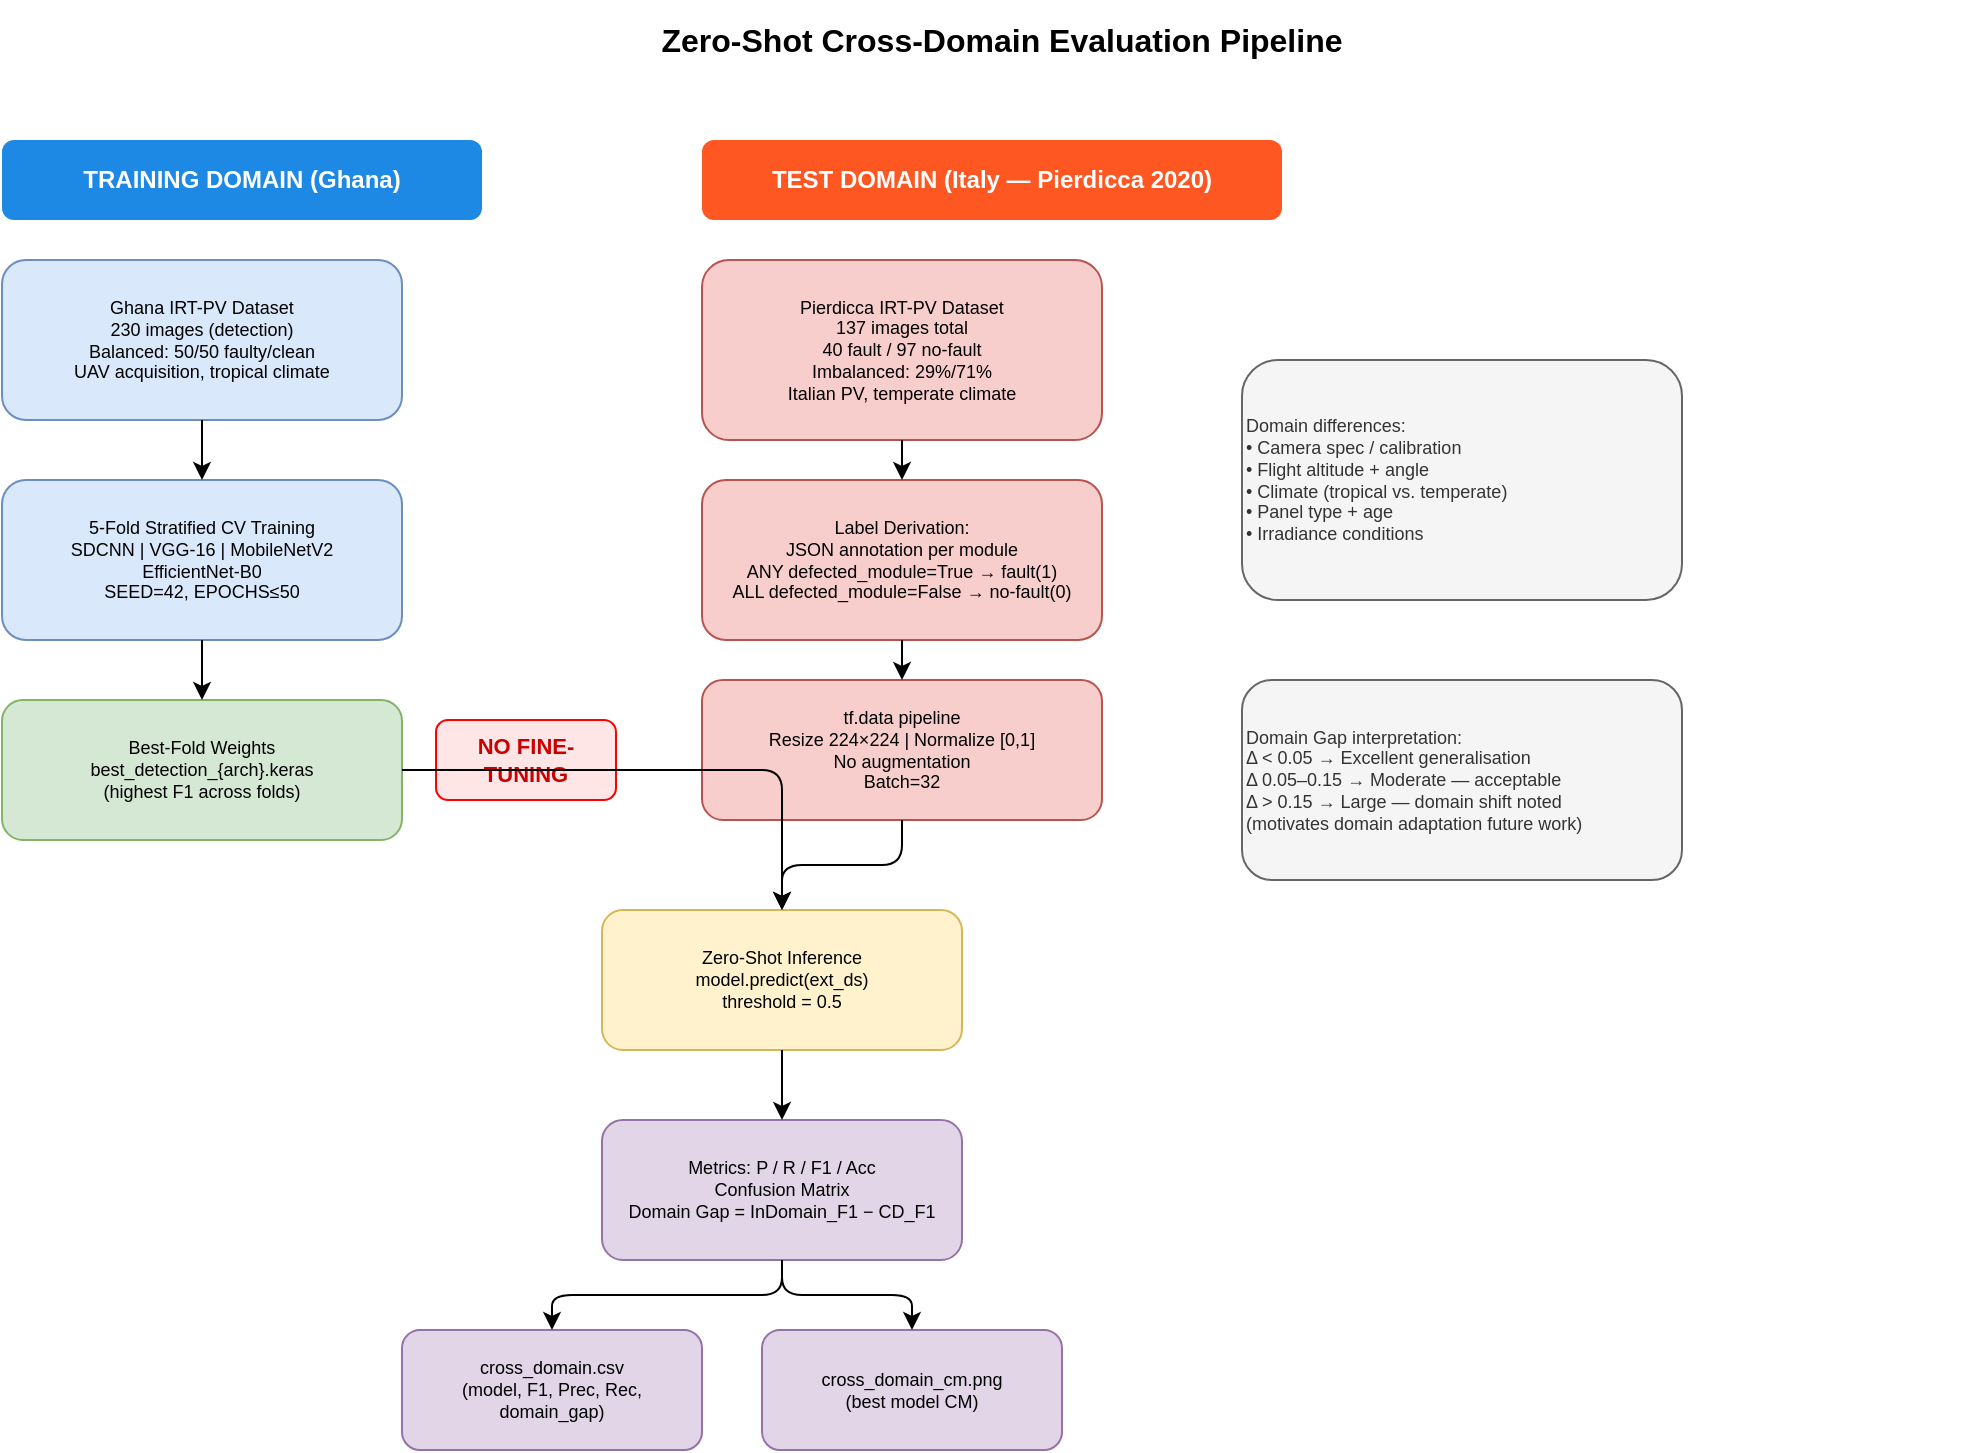
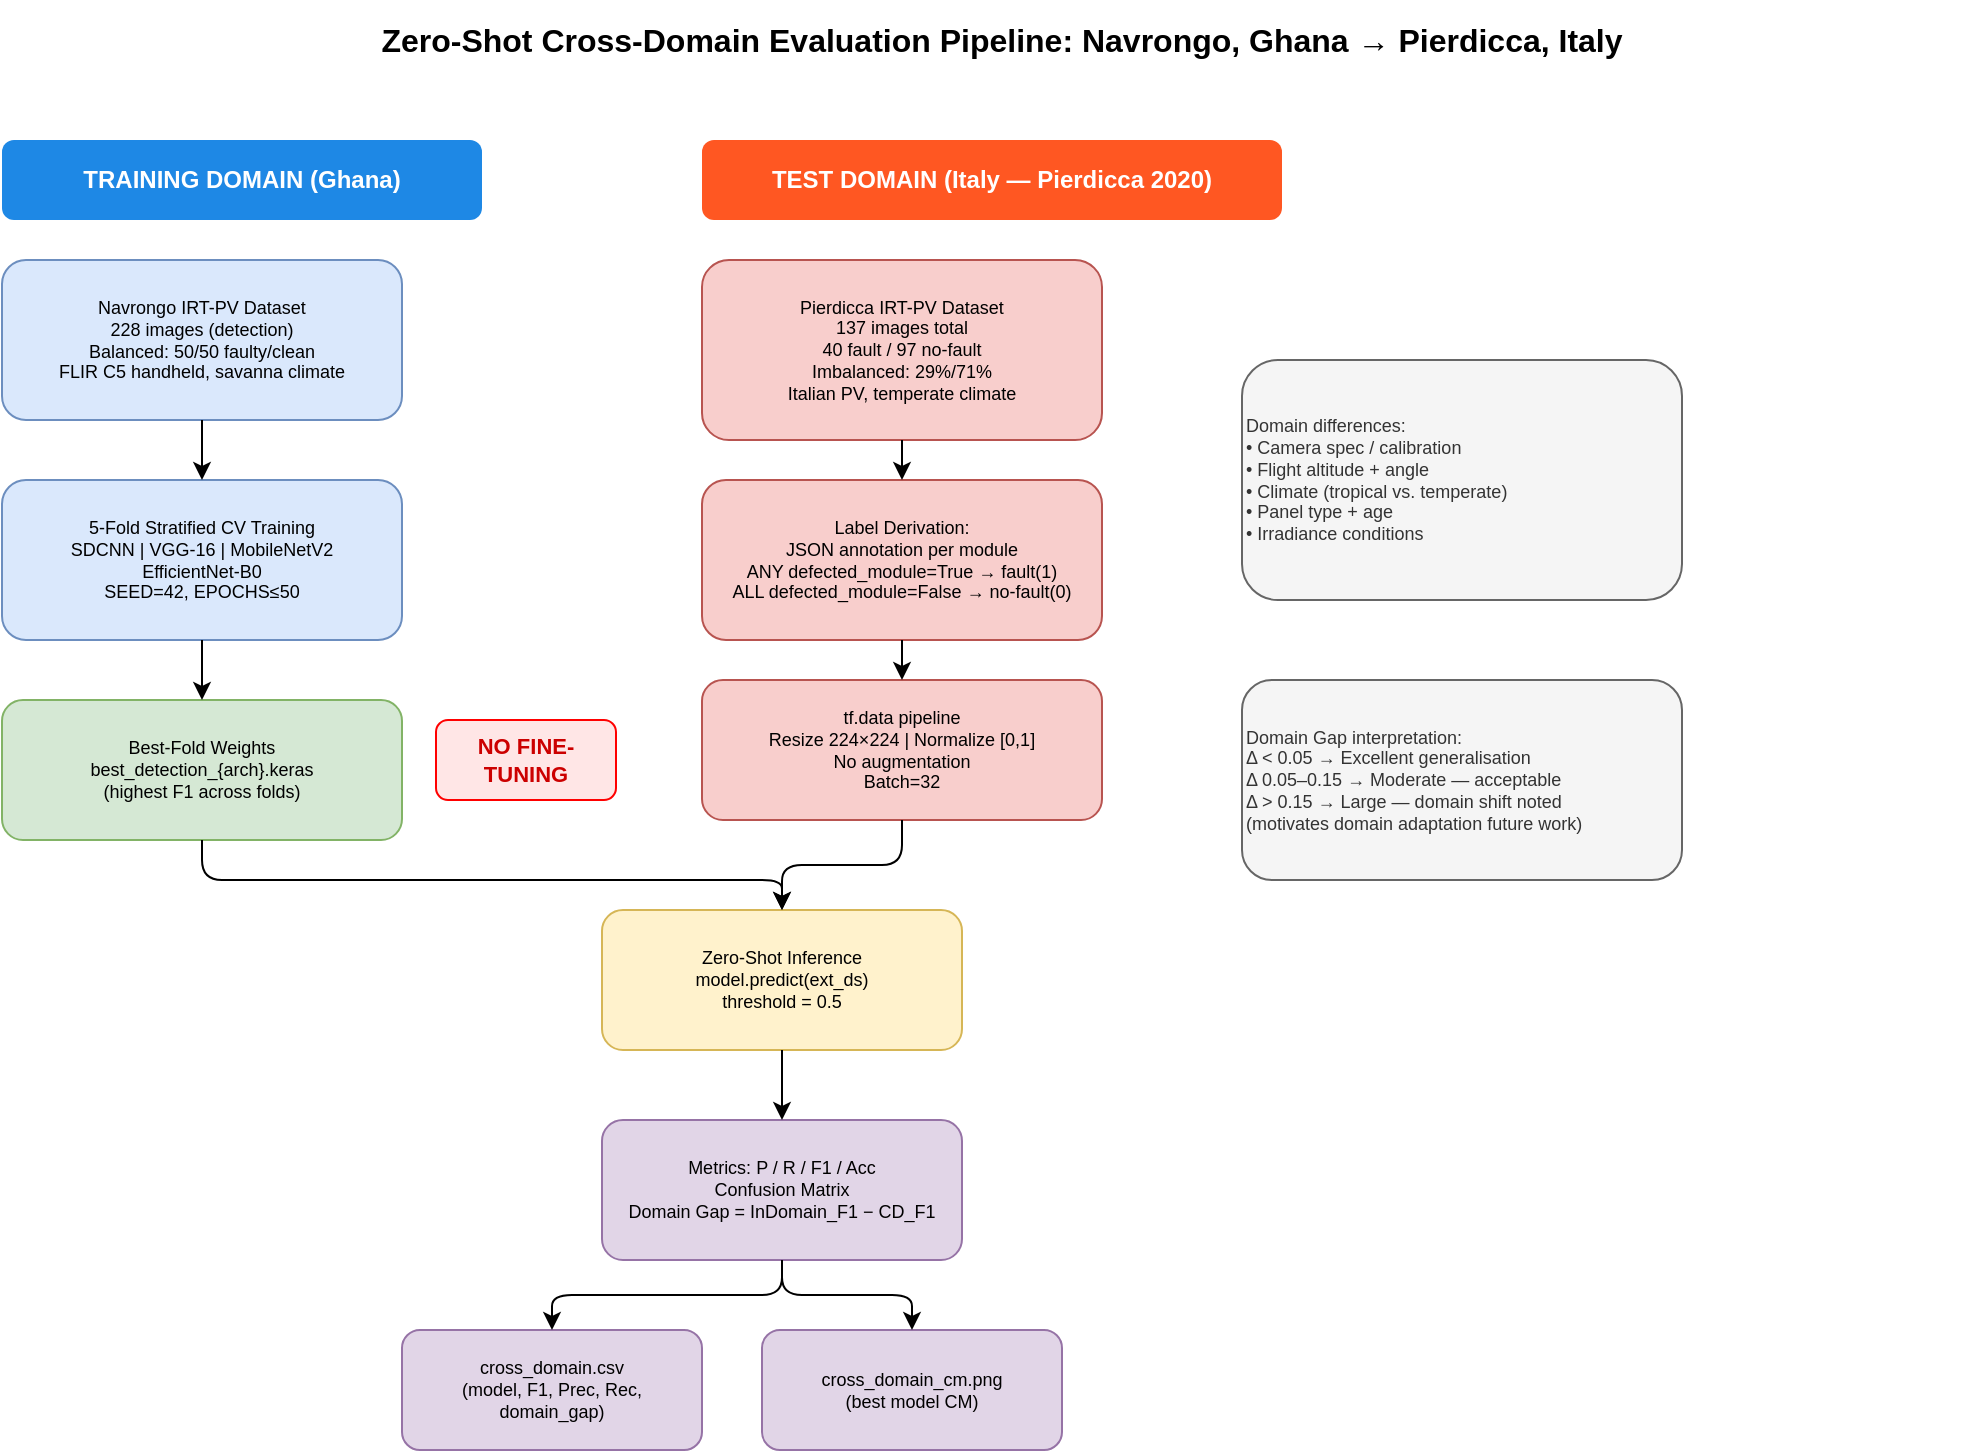
<mxfile host="app.diagrams.net" modified="2026-06-01" version="21.0.0">
  <diagram name="Cross-Domain Evaluation Pipeline" id="cross_domain">
    <mxGraphModel dx="1422" dy="762" grid="1" gridSize="10" guides="1" tooltips="1" connect="1" arrows="1" fold="1" page="1" pageScale="1" pageWidth="1169" pageHeight="827" math="0" shadow="0">
      <root>
        <mxCell id="0"/>
        <mxCell id="1" parent="0"/>

        <!-- Title -->
-         <mxCell id="title" value="Zero-Shot Cross-Domain Evaluation Pipeline"
+         <mxCell id="title" value="Zero-Shot Cross-Domain Evaluation Pipeline: Navrongo, Ghana → Pierdicca, Italy"
          style="text;html=1;strokeColor=none;fillColor=none;align=center;verticalAlign=middle;whiteSpace=wrap;rounded=0;fontSize=16;fontStyle=1"
          vertex="1" parent="1">
          <mxGeometry x="100" y="20" width="960" height="40" as="geometry"/>
        </mxCell>

        <!-- ── TRAINING DOMAIN (Ghana) ── -->
        <mxCell id="gh_label" value="TRAINING DOMAIN (Ghana)"
          style="text;html=1;strokeColor=none;fillColor=#dae8fc;align=center;verticalAlign=middle;whiteSpace=wrap;rounded=1;fontSize=12;fontStyle=1;fillColor=#1e88e5;fontColor=white;"
          vertex="1" parent="1">
          <mxGeometry x="80" y="90" width="240" height="40" as="geometry"/>
        </mxCell>

-         <mxCell id="gh_data" value="Ghana IRT-PV Dataset&lt;br/&gt;230 images (detection)&lt;br/&gt;Balanced: 50/50 faulty/clean&lt;br/&gt;UAV acquisition, tropical climate"
+         <mxCell id="gh_data" value="Navrongo IRT-PV Dataset&lt;br/&gt;228 images (detection)&lt;br/&gt;Balanced: 50/50 faulty/clean&lt;br/&gt;FLIR C5 handheld, savanna climate"
          style="rounded=1;whiteSpace=wrap;html=1;fillColor=#dae8fc;strokeColor=#6c8ebf;fontSize=9;verticalAlign=middle;"
          vertex="1" parent="1">
          <mxGeometry x="80" y="150" width="200" height="80" as="geometry"/>
        </mxCell>

        <mxCell id="cv_train" value="5-Fold Stratified CV Training&lt;br/&gt;SDCNN | VGG-16 | MobileNetV2&lt;br/&gt;EfficientNet-B0&lt;br/&gt;SEED=42, EPOCHS≤50"
          style="rounded=1;whiteSpace=wrap;html=1;fillColor=#dae8fc;strokeColor=#6c8ebf;fontSize=9;verticalAlign=middle;"
          vertex="1" parent="1">
          <mxGeometry x="80" y="260" width="200" height="80" as="geometry"/>
        </mxCell>

        <mxCell id="best_weights" value="Best-Fold Weights&lt;br/&gt;best_detection_{arch}.keras&lt;br/&gt;(highest F1 across folds)"
          style="rounded=1;whiteSpace=wrap;html=1;fillColor=#d5e8d4;strokeColor=#82b366;fontSize=9;verticalAlign=middle;"
          vertex="1" parent="1">
          <mxGeometry x="80" y="370" width="200" height="70" as="geometry"/>
        </mxCell>

        <!-- arrows in training column -->
        <mxCell id="a1" style="edgeStyle=orthogonalEdgeStyle;" edge="1" source="gh_data" target="cv_train" parent="1">
          <mxGeometry relative="1" as="geometry"/>
        </mxCell>
        <mxCell id="a2" style="edgeStyle=orthogonalEdgeStyle;" edge="1" source="cv_train" target="best_weights" parent="1">
          <mxGeometry relative="1" as="geometry"/>
        </mxCell>

        <!-- ── SEPARATOR: NO RETRAINING ── -->
        <mxCell id="sep_line" value=""
          style="endArrow=none;startArrow=none;html=1;dashed=1;strokeColor=#FF0000;strokeWidth=3;"
          edge="1" parent="1">
          <mxGeometry x="340" y="80" width="10" height="10" as="geometry">
            <Array as="points">
              <mxPoint x="340" y="80"/>
              <mxPoint x="340" y="700"/>
            </Array>
          </mxGeometry>
        </mxCell>
        <mxCell id="sep_label" value="NO FINE-TUNING"
          style="text;html=1;strokeColor=#FF0000;fillColor=#FFE6E6;align=center;verticalAlign=middle;whiteSpace=wrap;rounded=1;fontSize=11;fontColor=#CC0000;fontStyle=1;"
          vertex="1" parent="1">
          <mxGeometry x="297" y="380" width="90" height="40" as="geometry"/>
        </mxCell>

        <!-- ── TEST DOMAIN (Italy/Pierdicca) ── -->
        <mxCell id="it_label" value="TEST DOMAIN (Italy — Pierdicca 2020)"
          style="text;html=1;strokeColor=none;fillColor=#FF5722;align=center;verticalAlign=middle;whiteSpace=wrap;rounded=1;fontSize=12;fontStyle=1;fontColor=white;"
          vertex="1" parent="1">
          <mxGeometry x="430" y="90" width="290" height="40" as="geometry"/>
        </mxCell>

        <mxCell id="it_data" value="Pierdicca IRT-PV Dataset&lt;br/&gt;137 images total&lt;br/&gt;40 fault / 97 no-fault&lt;br/&gt;Imbalanced: 29%/71%&lt;br/&gt;Italian PV, temperate climate"
          style="rounded=1;whiteSpace=wrap;html=1;fillColor=#f8cecc;strokeColor=#b85450;fontSize=9;verticalAlign=middle;"
          vertex="1" parent="1">
          <mxGeometry x="430" y="150" width="200" height="90" as="geometry"/>
        </mxCell>

        <mxCell id="it_label2" value="Label Derivation:&lt;br/&gt;JSON annotation per module&lt;br/&gt;ANY defected_module=True → fault(1)&lt;br/&gt;ALL defected_module=False → no-fault(0)"
          style="rounded=1;whiteSpace=wrap;html=1;fillColor=#f8cecc;strokeColor=#b85450;fontSize=9;verticalAlign=middle;"
          vertex="1" parent="1">
          <mxGeometry x="430" y="260" width="200" height="80" as="geometry"/>
        </mxCell>

        <mxCell id="it_ds" value="tf.data pipeline&lt;br/&gt;Resize 224×224 | Normalize [0,1]&lt;br/&gt;No augmentation&lt;br/&gt;Batch=32"
          style="rounded=1;whiteSpace=wrap;html=1;fillColor=#f8cecc;strokeColor=#b85450;fontSize=9;verticalAlign=middle;"
          vertex="1" parent="1">
          <mxGeometry x="430" y="360" width="200" height="70" as="geometry"/>
        </mxCell>

        <mxCell id="a3" style="edgeStyle=orthogonalEdgeStyle;" edge="1" source="it_data" target="it_label2" parent="1">
          <mxGeometry relative="1" as="geometry"/>
        </mxCell>
        <mxCell id="a4" style="edgeStyle=orthogonalEdgeStyle;" edge="1" source="it_label2" target="it_ds" parent="1">
          <mxGeometry relative="1" as="geometry"/>
        </mxCell>

        <!-- ── INFERENCE ── -->
        <mxCell id="infer" value="Zero-Shot Inference&lt;br/&gt;model.predict(ext_ds)&lt;br/&gt;threshold = 0.5"
          style="rounded=1;whiteSpace=wrap;html=1;fillColor=#fff2cc;strokeColor=#d6b656;fontSize=9;verticalAlign=middle;"
          vertex="1" parent="1">
          <mxGeometry x="380" y="475" width="180" height="70" as="geometry"/>
        </mxCell>

-         <mxCell id="a5" style="edgeStyle=orthogonalEdgeStyle;" edge="1" source="best_weights" target="infer" parent="1">
-           <mxGeometry relative="1" as="geometry"/>
+         <mxCell id="a5" style="edgeStyle=orthogonalEdgeStyle;exitX=0.5;exitY=1;exitDx=0;exitDy=0;entryX=0.5;entryY=0;entryDx=0;entryDy=0;" edge="1" source="best_weights" target="infer" parent="1">
+           <mxGeometry relative="1" as="geometry">
+             <Array as="points">
+               <mxPoint x="180" y="460"/>
+               <mxPoint x="470" y="460"/>
+             </Array>
+           </mxGeometry>
        </mxCell>
        <mxCell id="a6" style="edgeStyle=orthogonalEdgeStyle;" edge="1" source="it_ds" target="infer" parent="1">
          <mxGeometry relative="1" as="geometry"/>
        </mxCell>

        <!-- ── METRICS ── -->
        <mxCell id="metrics" value="Metrics: P / R / F1 / Acc&lt;br/&gt;Confusion Matrix&lt;br/&gt;Domain Gap = InDomain_F1 − CD_F1"
          style="rounded=1;whiteSpace=wrap;html=1;fillColor=#e1d5e7;strokeColor=#9673a6;fontSize=9;verticalAlign=middle;"
          vertex="1" parent="1">
          <mxGeometry x="380" y="580" width="180" height="70" as="geometry"/>
        </mxCell>

        <mxCell id="a7" style="edgeStyle=orthogonalEdgeStyle;" edge="1" source="infer" target="metrics" parent="1">
          <mxGeometry relative="1" as="geometry"/>
        </mxCell>

        <!-- ── OUTPUT ── -->
        <mxCell id="output_csv" value="cross_domain.csv&lt;br/&gt;(model, F1, Prec, Rec,&lt;br/&gt; domain_gap)"
          style="rounded=1;whiteSpace=wrap;html=1;fillColor=#e1d5e7;strokeColor=#9673a6;fontSize=9;verticalAlign=middle;"
          vertex="1" parent="1">
          <mxGeometry x="280" y="685" width="150" height="60" as="geometry"/>
        </mxCell>
        <mxCell id="output_cm" value="cross_domain_cm.png&lt;br/&gt;(best model CM)"
          style="rounded=1;whiteSpace=wrap;html=1;fillColor=#e1d5e7;strokeColor=#9673a6;fontSize=9;verticalAlign=middle;"
          vertex="1" parent="1">
          <mxGeometry x="460" y="685" width="150" height="60" as="geometry"/>
        </mxCell>

        <mxCell id="a8" style="edgeStyle=orthogonalEdgeStyle;" edge="1" source="metrics" target="output_csv" parent="1">
          <mxGeometry relative="1" as="geometry"/>
        </mxCell>
        <mxCell id="a9" style="edgeStyle=orthogonalEdgeStyle;" edge="1" source="metrics" target="output_cm" parent="1">
          <mxGeometry relative="1" as="geometry"/>
        </mxCell>

        <!-- ── ANNOTATION NOTE ── -->
        <mxCell id="note_domain" value="Domain differences:&lt;br/&gt;• Camera spec / calibration&lt;br/&gt;• Flight altitude + angle&lt;br/&gt;• Climate (tropical vs. temperate)&lt;br/&gt;• Panel type + age&lt;br/&gt;• Irradiance conditions"
          style="text;html=1;strokeColor=#666666;fillColor=#f5f5f5;align=left;verticalAlign=middle;whiteSpace=wrap;rounded=1;fontColor=#333333;fontSize=9;"
          vertex="1" parent="1">
          <mxGeometry x="700" y="200" width="220" height="120" as="geometry"/>
        </mxCell>

        <mxCell id="note_gap" value="Domain Gap interpretation:&lt;br/&gt;Δ &lt; 0.05 → Excellent generalisation&lt;br/&gt;Δ 0.05–0.15 → Moderate — acceptable&lt;br/&gt;Δ &gt; 0.15 → Large — domain shift noted&lt;br/&gt;(motivates domain adaptation future work)"
          style="text;html=1;strokeColor=#666666;fillColor=#f5f5f5;align=left;verticalAlign=middle;whiteSpace=wrap;rounded=1;fontColor=#333333;fontSize=9;"
          vertex="1" parent="1">
          <mxGeometry x="700" y="360" width="220" height="100" as="geometry"/>
        </mxCell>

      </root>
    </mxGraphModel>
  </diagram>
</mxfile>
